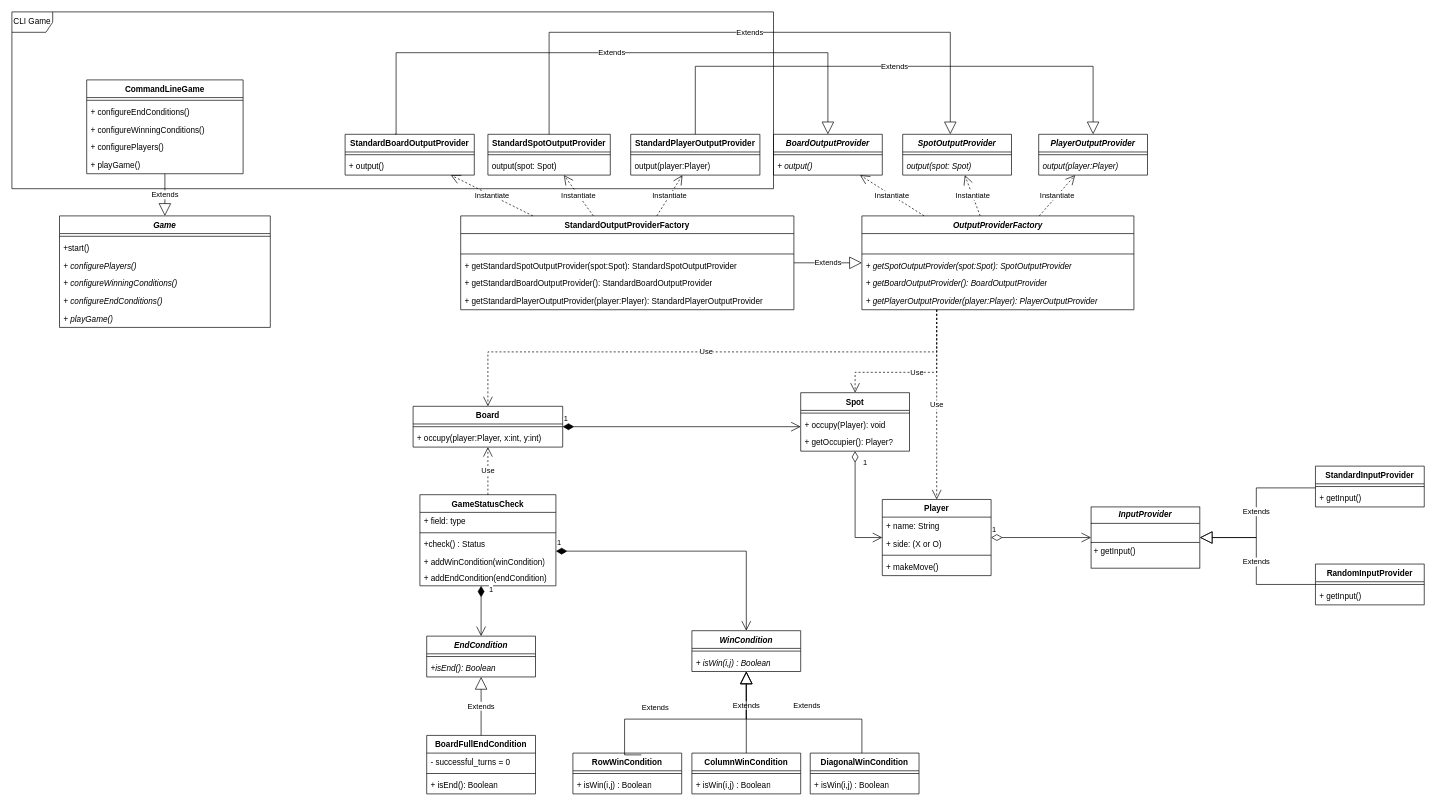
The draw.io diagram tictactoe.drawio in ddavid0909/notebook-test-project, before the edit. Source tidied: cells renumbered, new cells numbered last; positions are measured from the earlier drawing's top-left corner, leaving out a move shared by most shapes. Both pictures are drawn from the tidied source at 68%, with x=0, y=0 at pixel (12, 12).
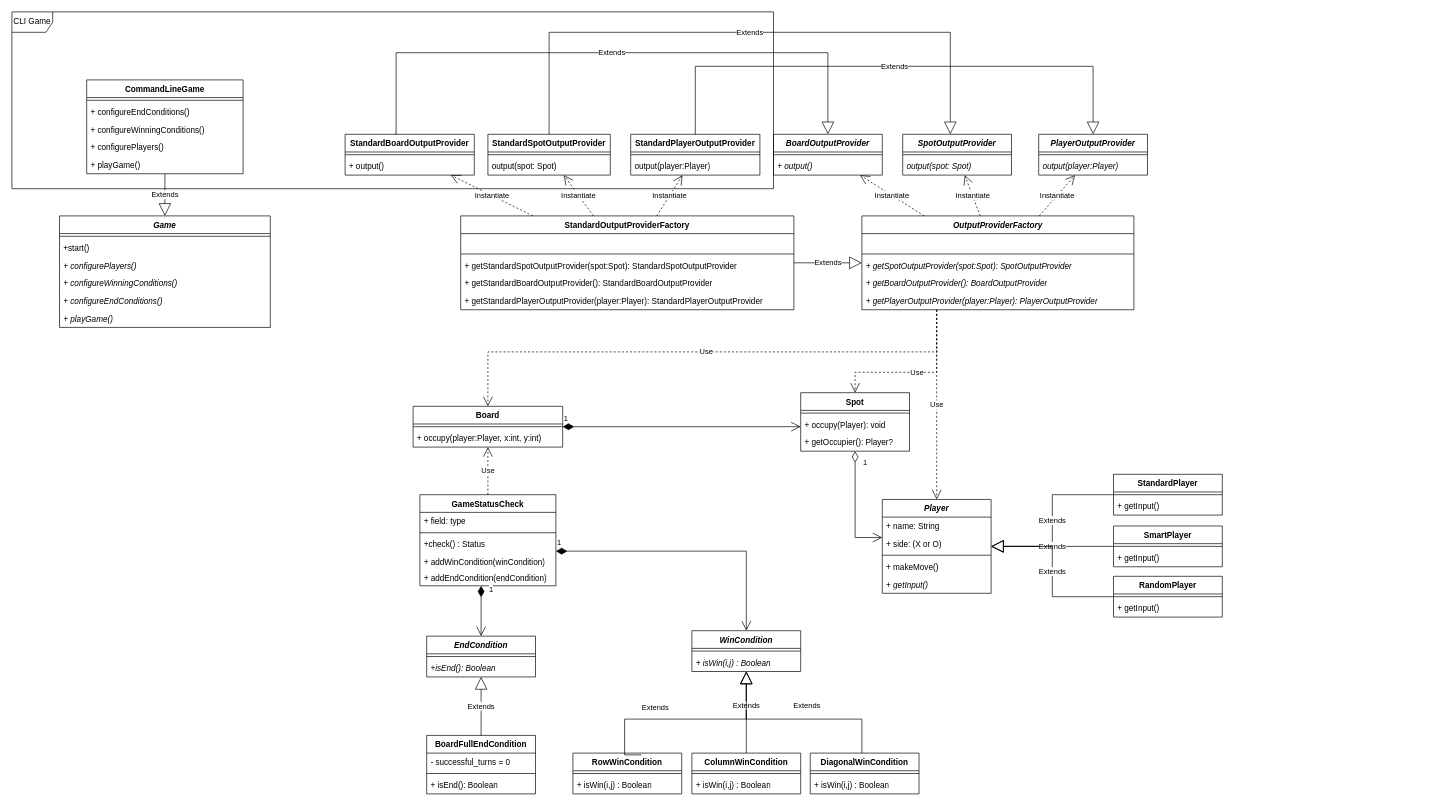
Above is the later version.

The edit, as a diff of the source:
```diff
@@
-    <mxCell id="2" value="Player" style="swimlane;fontStyle=1;align=center;verticalAlign=top;horizontal=1;startSize=26;whiteSpace=wrap;html=1;" parent="1" vertex="1">
-      <mxGeometry x="1280" y="717" width="160" height="112" as="geometry" />
+    <mxCell id="2" value="&lt;i&gt;Player&lt;/i&gt;" style="swimlane;fontStyle=1;align=center;verticalAlign=top;horizontal=1;startSize=26;whiteSpace=wrap;html=1;" parent="1" vertex="1">
+      <mxGeometry x="1280" y="717" width="160" height="138" as="geometry" />
     </mxCell>
@@
+    <mxCell id="116" value="&lt;i&gt;+ getInput()&lt;/i&gt;" style="text;strokeColor=none;fillColor=none;align=left;verticalAlign=top;spacingLeft=4;spacingRight=4;overflow=hidden;whiteSpace=wrap;html=1;" parent="2" vertex="1">
+      <mxGeometry y="112" width="160" height="26" as="geometry" />
+    </mxCell>
@@
-    <mxCell id="48" value="&lt;p style=&quot;margin:0px;margin-top:4px;text-align:center;&quot;&gt;&lt;b&gt;&lt;i&gt;InputProvider&lt;/i&gt;&lt;/b&gt;&lt;/p&gt;&lt;hr size=&quot;1&quot; style=&quot;border-style:solid;&quot;&gt;&lt;p style=&quot;margin:0px;margin-left:4px;&quot;&gt;&lt;br&gt;&lt;/p&gt;&lt;hr size=&quot;1&quot; style=&quot;border-style:solid;&quot;&gt;&lt;p style=&quot;margin:0px;margin-left:4px;&quot;&gt;+ getInput()&lt;/p&gt;" style="verticalAlign=top;align=left;overflow=fill;html=1;whiteSpace=wrap;" parent="1" vertex="1">
-      <mxGeometry x="1587" y="728" width="160" height="90" as="geometry" />
-    </mxCell>
-    <mxCell id="49" value="1" style="endArrow=open;html=1;endSize=12;startArrow=diamondThin;startSize=14;startFill=0;edgeStyle=orthogonalEdgeStyle;align=left;verticalAlign=bottom;rounded=0;" parent="1" edge="1" source="2" target="48">
-      <mxGeometry x="-1" y="3" relative="1" as="geometry" />
-    </mxCell>
-    <mxCell id="50" value="Extends" style="endArrow=block;endSize=16;endFill=0;html=1;rounded=0;edgeStyle=orthogonalEdgeStyle;" parent="1" edge="1" source="98" target="48">
-      <mxGeometry relative="1" as="geometry">
-        <Array as="points">
-          <mxPoint x="1830" y="700" />
-          <mxPoint x="1830" y="773" />
-        </Array>
-      </mxGeometry>
-    </mxCell>
-    <mxCell id="51" value="RandomInputProvider" style="swimlane;fontStyle=1;align=center;verticalAlign=top;horizontal=1;startSize=26;whiteSpace=wrap;html=1;" parent="1" vertex="1">
-      <mxGeometry x="1917" y="812" width="160" height="60" as="geometry" />
-    </mxCell>
-    <mxCell id="52" style="line;strokeWidth=1;fillColor=none;align=left;verticalAlign=middle;spacingTop=-1;spacingLeft=3;spacingRight=3;labelPosition=right;strokeColor=inherit;" parent="51" vertex="1">
-      <mxGeometry y="26" width="160" height="8" as="geometry" />
-    </mxCell>
-    <mxCell id="53" value="+ getInput()" style="text;strokeColor=none;fillColor=none;align=left;verticalAlign=top;spacingLeft=4;spacingRight=4;overflow=hidden;whiteSpace=wrap;html=1;" parent="51" vertex="1">
-      <mxGeometry y="34" width="160" height="26" as="geometry" />
-    </mxCell>
-    <mxCell id="54" value="Extends" style="endArrow=block;endSize=16;endFill=0;html=1;rounded=0;edgeStyle=orthogonalEdgeStyle;" parent="1" edge="1" source="51" target="48">
-      <mxGeometry relative="1" as="geometry">
-        <Array as="points">
-          <mxPoint x="1830" y="842" />
-          <mxPoint x="1830" y="773" />
-        </Array>
-      </mxGeometry>
-    </mxCell>
@@
-    <mxCell id="98" value="StandardInputProvider" style="swimlane;fontStyle=1;align=center;verticalAlign=top;horizontal=1;startSize=26;whiteSpace=wrap;html=1;" parent="1" vertex="1">
-      <mxGeometry x="1917" y="668" width="160" height="60" as="geometry" />
-    </mxCell>
-    <mxCell id="99" style="line;strokeWidth=1;fillColor=none;align=left;verticalAlign=middle;spacingTop=-1;spacingLeft=3;spacingRight=3;labelPosition=right;strokeColor=inherit;" parent="98" vertex="1">
-      <mxGeometry y="26" width="160" height="8" as="geometry" />
-    </mxCell>
-    <mxCell id="100" value="+ getInput()" style="text;strokeColor=none;fillColor=none;align=left;verticalAlign=top;spacingLeft=4;spacingRight=4;overflow=hidden;whiteSpace=wrap;html=1;" parent="98" vertex="1">
-      <mxGeometry y="34" width="160" height="26" as="geometry" />
-    </mxCell>
@@
+    <mxCell id="117" value="StandardPlayer" style="swimlane;fontStyle=1;align=center;verticalAlign=top;horizontal=1;startSize=26;whiteSpace=wrap;html=1;" parent="1" vertex="1">
+      <mxGeometry x="1620" y="680" width="160" height="60" as="geometry" />
+    </mxCell>
+    <mxCell id="118" style="line;strokeWidth=1;fillColor=none;align=left;verticalAlign=middle;spacingTop=-1;spacingLeft=3;spacingRight=3;labelPosition=right;strokeColor=inherit;" parent="117" vertex="1">
+      <mxGeometry y="26" width="160" height="8" as="geometry" />
+    </mxCell>
+    <mxCell id="119" value="+ getInput()" style="text;strokeColor=none;fillColor=none;align=left;verticalAlign=top;spacingLeft=4;spacingRight=4;overflow=hidden;whiteSpace=wrap;html=1;" parent="117" vertex="1">
+      <mxGeometry y="34" width="160" height="26" as="geometry" />
+    </mxCell>
+    <mxCell id="120" value="SmartPlayer" style="swimlane;fontStyle=1;align=center;verticalAlign=top;horizontal=1;startSize=26;whiteSpace=wrap;html=1;" parent="1" vertex="1">
+      <mxGeometry x="1620" y="756" width="160" height="60" as="geometry" />
+    </mxCell>
+    <mxCell id="121" style="line;strokeWidth=1;fillColor=none;align=left;verticalAlign=middle;spacingTop=-1;spacingLeft=3;spacingRight=3;labelPosition=right;strokeColor=inherit;" parent="120" vertex="1">
+      <mxGeometry y="26" width="160" height="8" as="geometry" />
+    </mxCell>
+    <mxCell id="122" value="+ getInput()" style="text;strokeColor=none;fillColor=none;align=left;verticalAlign=top;spacingLeft=4;spacingRight=4;overflow=hidden;whiteSpace=wrap;html=1;" parent="120" vertex="1">
+      <mxGeometry y="34" width="160" height="26" as="geometry" />
+    </mxCell>
+    <mxCell id="123" value="RandomPlayer" style="swimlane;fontStyle=1;align=center;verticalAlign=top;horizontal=1;startSize=26;whiteSpace=wrap;html=1;" parent="1" vertex="1">
+      <mxGeometry x="1620" y="830" width="160" height="60" as="geometry" />
+    </mxCell>
+    <mxCell id="124" style="line;strokeWidth=1;fillColor=none;align=left;verticalAlign=middle;spacingTop=-1;spacingLeft=3;spacingRight=3;labelPosition=right;strokeColor=inherit;" parent="123" vertex="1">
+      <mxGeometry y="26" width="160" height="8" as="geometry" />
+    </mxCell>
+    <mxCell id="125" value="+ getInput()" style="text;strokeColor=none;fillColor=none;align=left;verticalAlign=top;spacingLeft=4;spacingRight=4;overflow=hidden;whiteSpace=wrap;html=1;" parent="123" vertex="1">
+      <mxGeometry y="34" width="160" height="26" as="geometry" />
+    </mxCell>
+    <mxCell id="126" value="Extends" style="endArrow=block;endSize=16;endFill=0;html=1;rounded=0;edgeStyle=orthogonalEdgeStyle;" parent="1" edge="1" source="117" target="2">
+      <mxGeometry relative="1" as="geometry" />
+    </mxCell>
+    <mxCell id="127" value="Extends" style="endArrow=block;endSize=16;endFill=0;html=1;rounded=0;" parent="1" edge="1" source="120" target="2">
+      <mxGeometry relative="1" as="geometry" />
+    </mxCell>
+    <mxCell id="128" value="Extends" style="endArrow=block;endSize=16;endFill=0;html=1;rounded=0;edgeStyle=orthogonalEdgeStyle;" parent="1" edge="1" source="123" target="2">
+      <mxGeometry relative="1" as="geometry" />
+    </mxCell>
```
